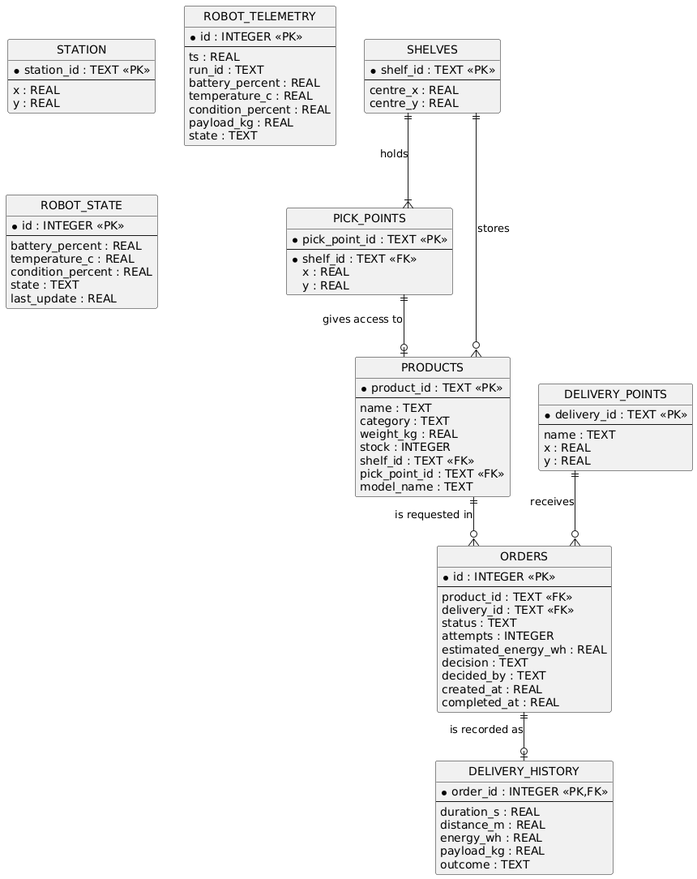
Before: report/Figures/06-er-diagram.png, a diagram exported from PlantUML (ArianShafagh/robofetch).
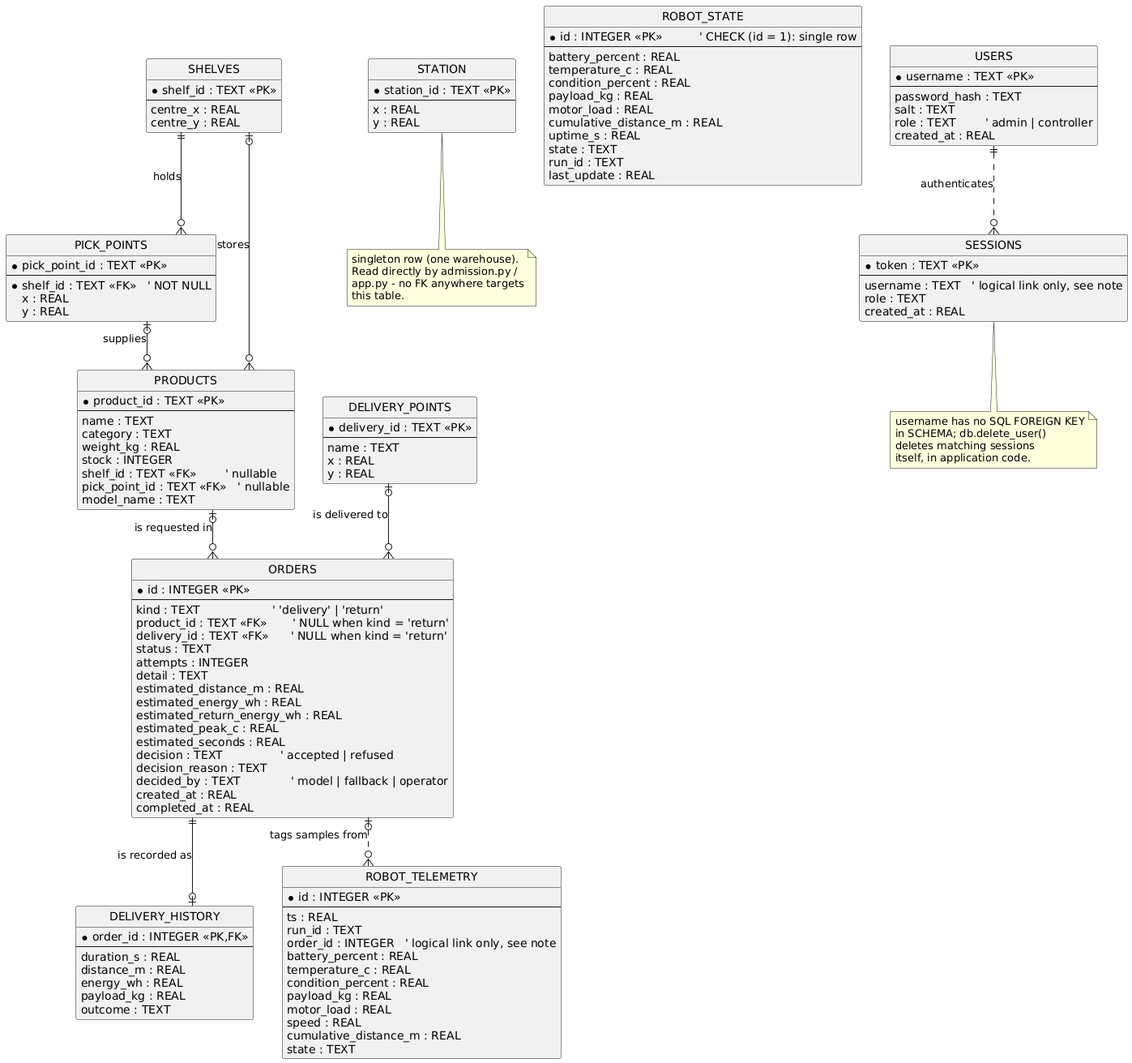
Above is the later version.

Diff of the diagram source:
```diff
@@ -4,7 +4,6 @@
 skinparam linetype ortho
 hide circle
 hide empty methods
-
 
 entity "SHELVES" as shelves {
   * shelf_id : TEXT <<PK>>
@@ -16,7 +15,7 @@
 entity "PICK_POINTS" as picks {
   * pick_point_id : TEXT <<PK>>
   --
-  * shelf_id : TEXT <<FK>>
+  * shelf_id : TEXT <<FK>>   ' NOT NULL
   x : REAL
   y : REAL
 }
@@ -35,6 +34,12 @@
   x : REAL
   y : REAL
 }
+note bottom of station
+  singleton row (one warehouse).
+  Read directly by admission.py /
+  app.py - no FK anywhere targets
+  this table.
+end note
 
 entity "PRODUCTS" as products {
   * product_id : TEXT <<PK>>
@@ -43,21 +48,28 @@
   category : TEXT
   weight_kg : REAL
   stock : INTEGER
-  shelf_id : TEXT <<FK>>
-  pick_point_id : TEXT <<FK>>
+  shelf_id : TEXT <<FK>>        ' nullable
+  pick_point_id : TEXT <<FK>>   ' nullable
   model_name : TEXT
 }
 
 entity "ORDERS" as orders {
   * id : INTEGER <<PK>>
   --
-  product_id : TEXT <<FK>>
-  delivery_id : TEXT <<FK>>
+  kind : TEXT                    ' 'delivery' | 'return'
+  product_id : TEXT <<FK>>       ' NULL when kind = 'return'
+  delivery_id : TEXT <<FK>>      ' NULL when kind = 'return'
   status : TEXT
   attempts : INTEGER
+  detail : TEXT
+  estimated_distance_m : REAL
   estimated_energy_wh : REAL
-  decision : TEXT
-  decided_by : TEXT
+  estimated_return_energy_wh : REAL
+  estimated_peak_c : REAL
+  estimated_seconds : REAL
+  decision : TEXT                ' accepted | refused
+  decision_reason : TEXT
+  decided_by : TEXT              ' model | fallback | operator
   created_at : REAL
   completed_at : REAL
 }
@@ -77,28 +89,63 @@
   --
   ts : REAL
   run_id : TEXT
+  order_id : INTEGER   ' logical link only, see note
   battery_percent : REAL
   temperature_c : REAL
   condition_percent : REAL
   payload_kg : REAL
+  motor_load : REAL
+  speed : REAL
+  cumulative_distance_m : REAL
   state : TEXT
 }
 
 entity "ROBOT_STATE" as state {
-  * id : INTEGER <<PK>>
+  * id : INTEGER <<PK>>          ' CHECK (id = 1): single row
   --
   battery_percent : REAL
   temperature_c : REAL
   condition_percent : REAL
+  payload_kg : REAL
+  motor_load : REAL
+  cumulative_distance_m : REAL
+  uptime_s : REAL
   state : TEXT
+  run_id : TEXT
   last_update : REAL
 }
 
-shelves ||--|{ picks : "holds"
-shelves ||--o{ products : "stores"
-picks ||--o| products : "gives access to"
-products ||--o{ orders : "is requested in"
-bays ||--o{ orders : "receives"
-orders ||--o| history : "is recorded as"
+entity "USERS" as users {
+  * username : TEXT <<PK>>
+  --
+  password_hash : TEXT
+  salt : TEXT
+  role : TEXT        ' admin | controller
+  created_at : REAL
+}
+
+entity "SESSIONS" as sessions {
+  * token : TEXT <<PK>>
+  --
+  username : TEXT   ' logical link only, see note
+  role : TEXT
+  created_at : REAL
+}
+note bottom of sessions
+  username has no SQL FOREIGN KEY
+  in SCHEMA; db.delete_user()
+  deletes matching sessions
+  itself, in application code.
+end note
+
+shelves ||--o{ picks    : "holds"
+shelves |o--o{ products : "stores"
+picks   |o--o{ products : "supplies"
+products |o--o{ orders  : "is requested in"
+bays    |o--o{ orders   : "is delivered to"
+orders  ||--o| history  : "is recorded as"
+
+users    ||..o{ sessions  : "authenticates"
+orders   |o..o{ telemetry : "tags samples from"
 
 @enduml
```
